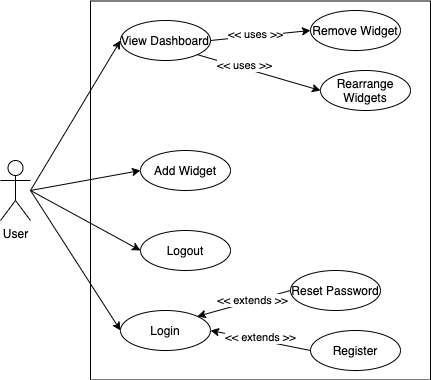
Before: Documentation/Usecase.png, a diagram exported from draw.io (3A04-T2G10/Boardzilla). Source tidied: cells renumbered, new cells last; positions are measured from the earlier drawing's top-left corner, leaving out a move shared by most shapes. The source it was exported from:
```xml
<mxGraphModel>
  <root>
    <mxCell id="0" />
    <mxCell id="1" parent="0" />
    <mxCell id="2" style="whiteSpace=wrap;html=1;" parent="1" vertex="1">
      <mxGeometry x="90" y="0.5" width="340" height="379" as="geometry" />
    </mxCell>
    <mxCell id="3" value="User" style="shape=umlActor;verticalLabelPosition=bottom;verticalAlign=top;html=1;" parent="1" vertex="1">
      <mxGeometry y="160" width="30" height="60" as="geometry" />
    </mxCell>
    <mxCell id="4" value="View Dashboard" style="ellipse;whiteSpace=wrap;html=1;" parent="1" vertex="1">
      <mxGeometry x="120" y="20" width="90" height="40" as="geometry" />
    </mxCell>
    <mxCell id="5" value="Remove Widget" style="ellipse;whiteSpace=wrap;html=1;" parent="1" vertex="1">
      <mxGeometry x="310" y="10" width="90" height="40" as="geometry" />
    </mxCell>
    <mxCell id="6" value="Login" style="ellipse;whiteSpace=wrap;html=1;" parent="1" vertex="1">
      <mxGeometry x="120" y="310" width="90" height="40" as="geometry" />
    </mxCell>
    <mxCell id="7" value="Register" style="ellipse;whiteSpace=wrap;html=1;" parent="1" vertex="1">
      <mxGeometry x="310" y="330" width="90" height="40" as="geometry" />
    </mxCell>
    <mxCell id="8" value="Rearrange Widgets" style="ellipse;whiteSpace=wrap;html=1;" parent="1" vertex="1">
      <mxGeometry x="320" y="70" width="90" height="40" as="geometry" />
    </mxCell>
    <mxCell id="9" style="endArrow=classic;html=1;entryX=0;entryY=0.5;entryDx=0;entryDy=0;exitX=1;exitY=0.5;exitDx=0;exitDy=0;" parent="1" edge="1" source="4" target="5">
      <mxGeometry relative="1" as="geometry" />
    </mxCell>
    <mxCell id="10" value="&amp;lt;&amp;lt; uses &amp;gt;&amp;gt;" style="edgeLabel;html=1;align=center;verticalAlign=middle;" parent="9" vertex="1">
      <mxGeometry x="-0.11" y="2" relative="1" as="geometry" />
    </mxCell>
    <mxCell id="11" style="endArrow=classic;html=1;exitX=1;exitY=1;exitDx=0;exitDy=0;entryX=0;entryY=0.5;entryDx=0;entryDy=0;" parent="1" edge="1" source="4" target="8">
      <mxGeometry relative="1" as="geometry" />
    </mxCell>
    <mxCell id="12" value="&amp;lt;&amp;lt; uses &amp;gt;&amp;gt;" style="edgeLabel;html=1;align=center;verticalAlign=middle;" parent="11" vertex="1">
      <mxGeometry x="-0.25" y="3" relative="1" as="geometry" />
    </mxCell>
    <mxCell id="13" style="endArrow=classic;html=1;entryX=0;entryY=0.5;entryDx=0;entryDy=0;" parent="1" edge="1" target="4">
      <mxGeometry relative="1" as="geometry">
        <mxPoint x="30" y="190" as="sourcePoint" />
      </mxGeometry>
    </mxCell>
    <mxCell id="14" style="endArrow=classic;html=1;entryX=0;entryY=0.5;entryDx=0;entryDy=0;" parent="1" edge="1" target="6">
      <mxGeometry relative="1" as="geometry">
        <mxPoint x="30" y="190" as="sourcePoint" />
      </mxGeometry>
    </mxCell>
    <mxCell id="15" style="endArrow=none;html=1;entryX=0;entryY=0.5;entryDx=0;entryDy=0;exitX=1;exitY=0.5;exitDx=0;exitDy=0;startArrow=classic;startFill=1;endFill=0;" parent="1" edge="1" source="6" target="7">
      <mxGeometry relative="1" as="geometry" />
    </mxCell>
    <mxCell id="16" value="&amp;lt;&amp;lt; extends &amp;gt;&amp;gt;" style="edgeLabel;html=1;align=center;verticalAlign=middle;" parent="15" vertex="1">
      <mxGeometry x="-0.19" y="2" relative="1" as="geometry">
        <mxPoint x="9" as="offset" />
      </mxGeometry>
    </mxCell>
    <mxCell id="17" value="Add Widget" style="ellipse;whiteSpace=wrap;html=1;" parent="1" vertex="1">
      <mxGeometry x="140" y="150" width="90" height="40" as="geometry" />
    </mxCell>
    <mxCell id="18" value="Logout" style="ellipse;whiteSpace=wrap;html=1;" parent="1" vertex="1">
      <mxGeometry x="140" y="230" width="90" height="40" as="geometry" />
    </mxCell>
    <mxCell id="19" style="endArrow=classic;html=1;entryX=0;entryY=0.5;entryDx=0;entryDy=0;" parent="1" edge="1" target="18">
      <mxGeometry relative="1" as="geometry">
        <mxPoint x="30" y="190" as="sourcePoint" />
      </mxGeometry>
    </mxCell>
    <mxCell id="20" style="endArrow=classic;html=1;entryX=0;entryY=0.5;entryDx=0;entryDy=0;" parent="1" edge="1" target="17">
      <mxGeometry relative="1" as="geometry">
        <mxPoint x="30" y="190" as="sourcePoint" />
      </mxGeometry>
    </mxCell>
    <mxCell id="21" value="Reset Password" style="ellipse;whiteSpace=wrap;html=1;" parent="1" vertex="1">
      <mxGeometry x="290" y="270" width="90" height="40" as="geometry" />
    </mxCell>
    <mxCell id="22" style="endArrow=none;html=1;exitX=1;exitY=0;exitDx=0;exitDy=0;entryX=0;entryY=0.5;entryDx=0;entryDy=0;startArrow=classic;startFill=1;endFill=0;" parent="1" edge="1" source="6" target="21">
      <mxGeometry relative="1" as="geometry" />
    </mxCell>
    <mxCell id="23" value="&amp;lt;&amp;lt; extends &amp;gt;&amp;gt;" style="edgeLabel;html=1;align=center;verticalAlign=middle;" parent="22" vertex="1">
      <mxGeometry x="0.17" y="1" relative="1" as="geometry" />
    </mxCell>
  </root>
</mxGraphModel>
```
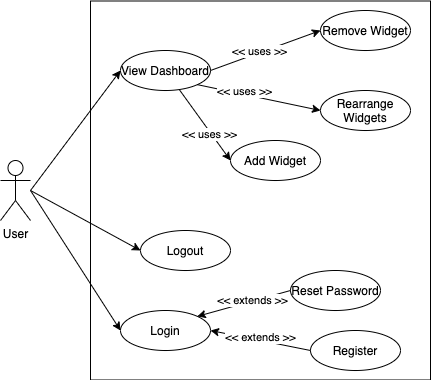
The same file after the commit.

The edit, as a diff of the source:
```diff
@@ -9,10 +9,10 @@
       <mxGeometry y="160" width="30" height="60" as="geometry" />
     </mxCell>
     <mxCell id="4" value="View Dashboard" style="ellipse;whiteSpace=wrap;html=1;" parent="1" vertex="1">
-      <mxGeometry x="120" y="20" width="90" height="40" as="geometry" />
+      <mxGeometry x="120" y="50" width="90" height="40" as="geometry" />
     </mxCell>
     <mxCell id="5" value="Remove Widget" style="ellipse;whiteSpace=wrap;html=1;" parent="1" vertex="1">
-      <mxGeometry x="310" y="10" width="90" height="40" as="geometry" />
+      <mxGeometry x="320" y="10" width="90" height="40" as="geometry" />
     </mxCell>
     <mxCell id="6" value="Login" style="ellipse;whiteSpace=wrap;html=1;" parent="1" vertex="1">
       <mxGeometry x="120" y="310" width="90" height="40" as="geometry" />
@@ -21,7 +21,7 @@
       <mxGeometry x="310" y="330" width="90" height="40" as="geometry" />
     </mxCell>
     <mxCell id="8" value="Rearrange Widgets" style="ellipse;whiteSpace=wrap;html=1;" parent="1" vertex="1">
-      <mxGeometry x="320" y="70" width="90" height="40" as="geometry" />
+      <mxGeometry x="320" y="90" width="90" height="40" as="geometry" />
     </mxCell>
     <mxCell id="9" style="endArrow=classic;html=1;entryX=0;entryY=0.5;entryDx=0;entryDy=0;exitX=1;exitY=0.5;exitDx=0;exitDy=0;" parent="1" edge="1" source="4" target="5">
       <mxGeometry relative="1" as="geometry" />
@@ -54,7 +54,7 @@
       </mxGeometry>
     </mxCell>
     <mxCell id="17" value="Add Widget" style="ellipse;whiteSpace=wrap;html=1;" parent="1" vertex="1">
-      <mxGeometry x="140" y="150" width="90" height="40" as="geometry" />
+      <mxGeometry x="230" y="140" width="90" height="40" as="geometry" />
     </mxCell>
     <mxCell id="18" value="Logout" style="ellipse;whiteSpace=wrap;html=1;" parent="1" vertex="1">
       <mxGeometry x="140" y="230" width="90" height="40" as="geometry" />
@@ -64,11 +64,12 @@
         <mxPoint x="30" y="190" as="sourcePoint" />
       </mxGeometry>
     </mxCell>
-    <mxCell id="20" style="endArrow=classic;html=1;entryX=0;entryY=0.5;entryDx=0;entryDy=0;" parent="1" edge="1" target="17">
-      <mxGeometry relative="1" as="geometry">
-        <mxPoint x="30" y="190" as="sourcePoint" />
-      </mxGeometry>
+    <mxCell id="20" style="endArrow=classic;html=1;entryX=0;entryY=0.5;entryDx=0;entryDy=0;" parent="1" edge="1" source="4" target="17">
+      <mxGeometry relative="1" as="geometry" />
     </mxCell>
+    <mxCell id="24" value="&amp;lt;&amp;lt; uses &amp;gt;&amp;gt;" style="edgeLabel;html=1;align=center;verticalAlign=middle;" parent="20" vertex="1">
+      <mxGeometry x="0.21" y="-2" relative="1" as="geometry" />
+    </mxCell>
     <mxCell id="21" value="Reset Password" style="ellipse;whiteSpace=wrap;html=1;" parent="1" vertex="1">
       <mxGeometry x="290" y="270" width="90" height="40" as="geometry" />
     </mxCell>
```
